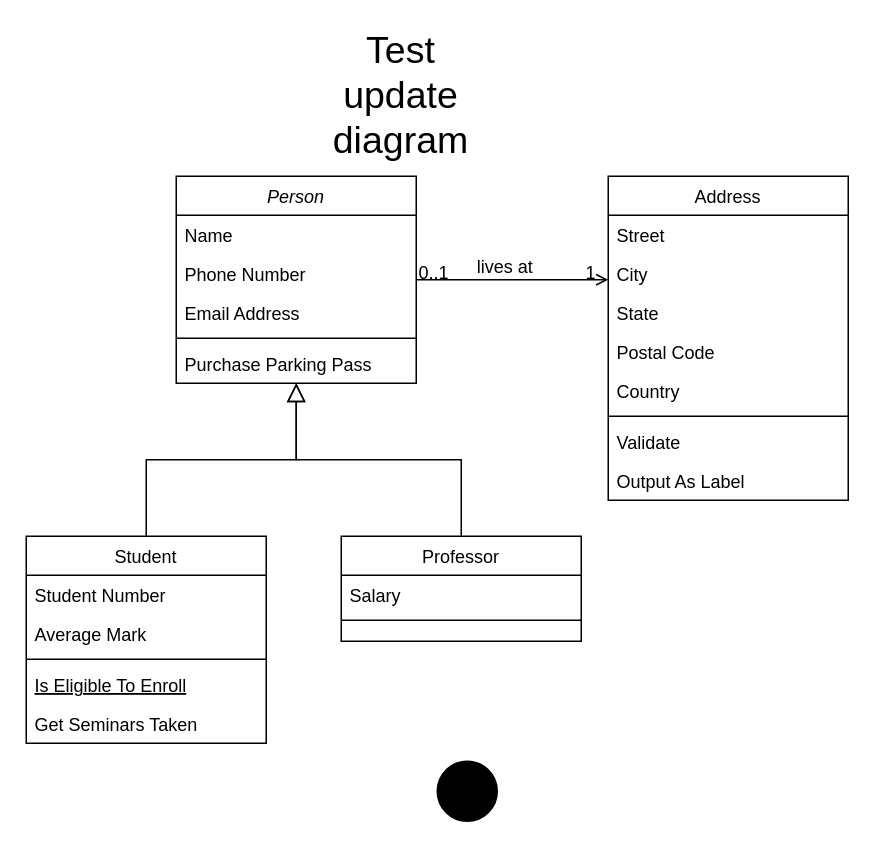
Earlier version of the draw.io diagram diagrams/Class-diagram.drawio (New-Premises-Group/microservice-ecom). Source tidied: cells renumbered, new cells numbered last; positions are measured from the earlier drawing's top-left corner, leaving out a move shared by most shapes. Both pictures are drawn from the tidied source at 150%, with x=0, y=0 at pixel (26, 70).
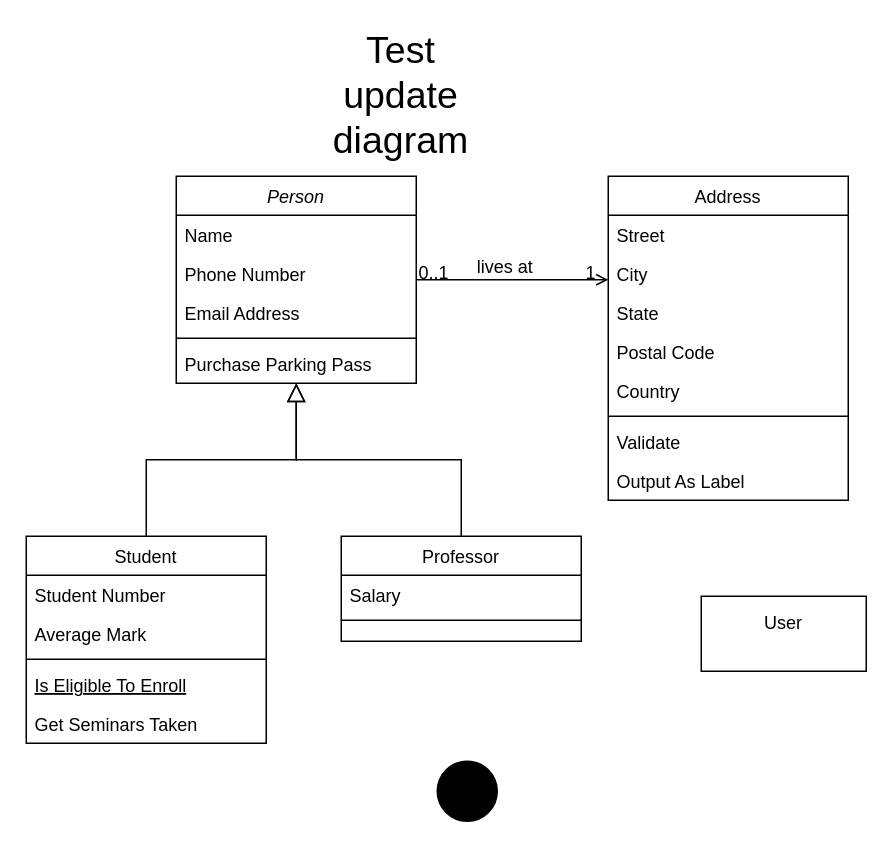
The same diagram, later.

Diff of the diagram source:
```diff
@@
+    <mxCell id="34" value="User&lt;br&gt;&lt;br&gt;" style="html=1;whiteSpace=wrap;" parent="1" vertex="1">
+      <mxGeometry x="450" y="350" width="110" height="50" as="geometry" />
+    </mxCell>
```
